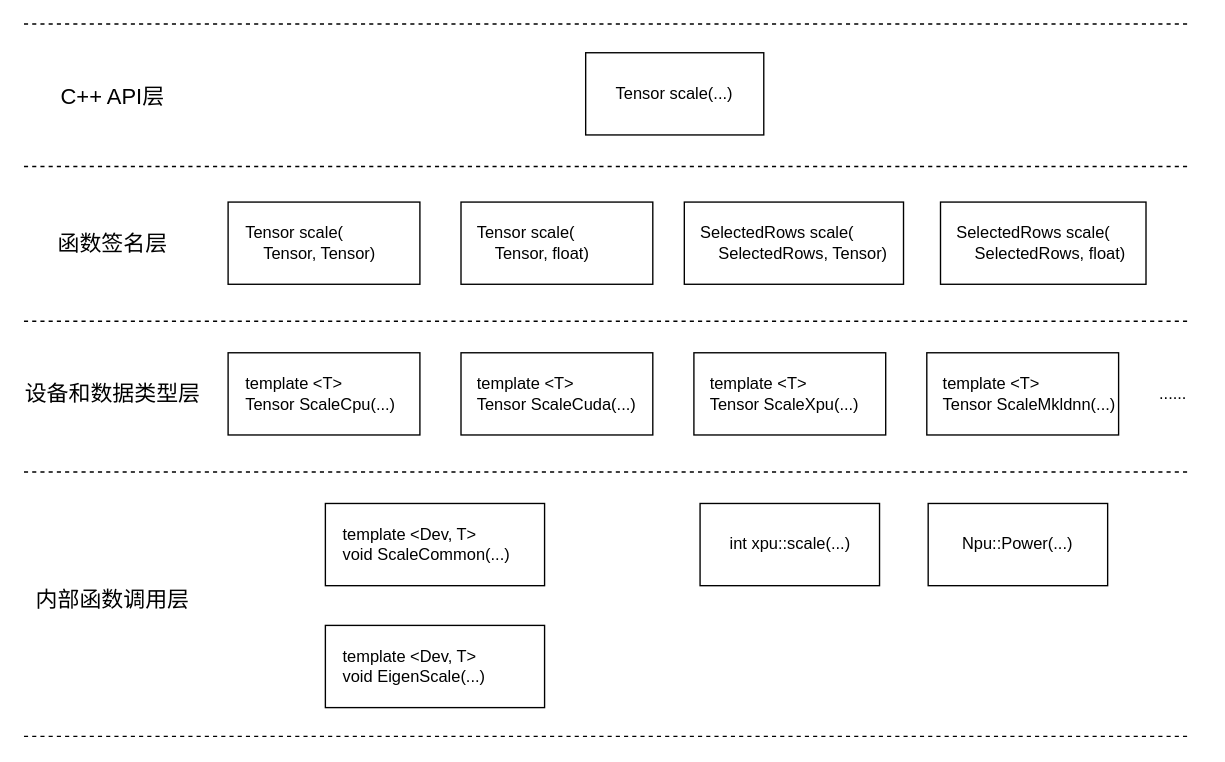
chenwhql/diagrams keeps this draw.io diagram as page "func-level" (10 of 10) of op2func.drawio. Above is the earlier version. Source tidied: cells renumbered, new cells numbered last; positions are measured from the earlier drawing's top-left corner, leaving out a move shared by most shapes. Both pictures are drawn from the tidied source at 137%, with x=0, y=0 at pixel (23, 23).
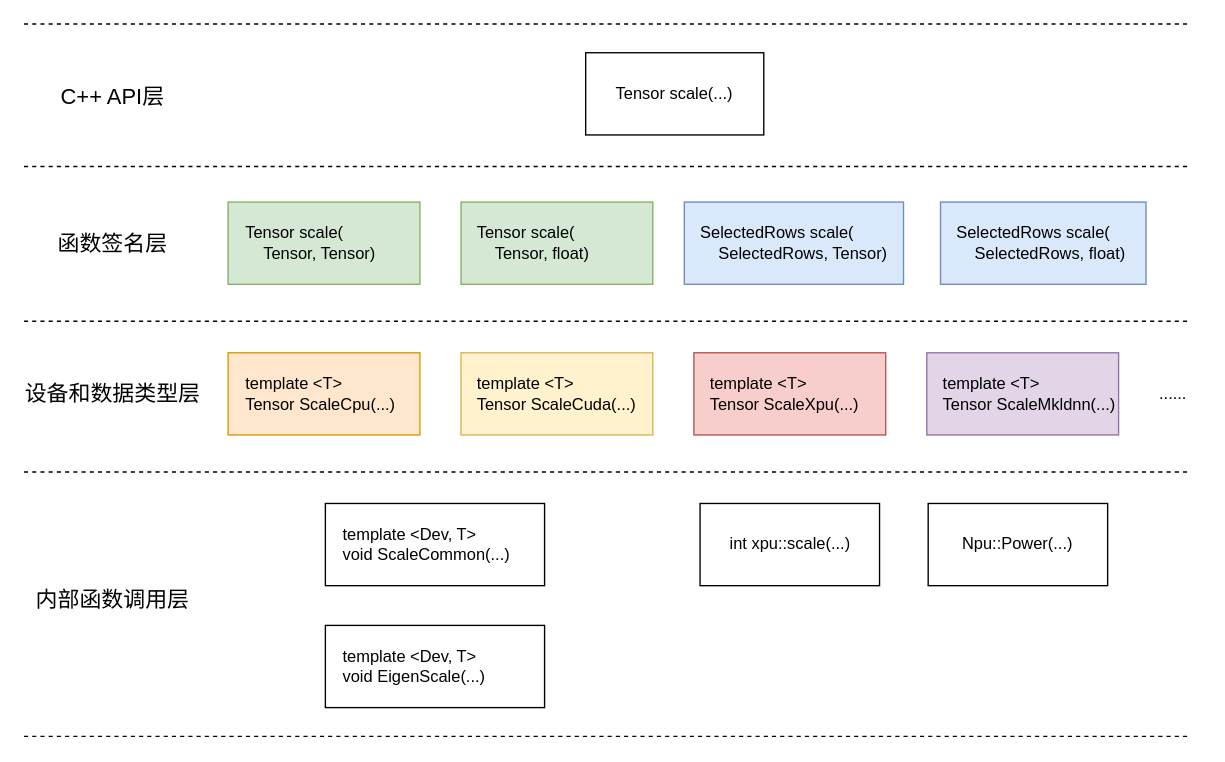
Above is the later version.

Diff of the diagram source:
```diff
@@
-    <mxCell id="3" value="template &amp;lt;T&amp;gt;&lt;br&gt;Tensor ScaleCpu(...)" style="rounded=0;whiteSpace=wrap;html=1;align=left;spacingLeft=11;" parent="1" vertex="1">
+    <mxCell id="3" value="template &amp;lt;T&amp;gt;&lt;br&gt;Tensor ScaleCpu(...)" style="rounded=0;whiteSpace=wrap;html=1;align=left;spacingLeft=11;fillColor=#ffe6cc;strokeColor=#d79b00;" parent="1" vertex="1">
       <mxGeometry x="149" y="240" width="140" height="60" as="geometry" />
     </mxCell>
-    <mxCell id="4" value="&lt;span style=&quot;&quot;&gt;template &amp;lt;T&amp;gt;&lt;/span&gt;&lt;br style=&quot;&quot;&gt;&lt;span style=&quot;&quot;&gt;Tensor ScaleCuda(...)&lt;/span&gt;" style="rounded=0;whiteSpace=wrap;html=1;align=left;spacingLeft=10;" parent="1" vertex="1">
+    <mxCell id="4" value="&lt;span style=&quot;&quot;&gt;template &amp;lt;T&amp;gt;&lt;/span&gt;&lt;br style=&quot;&quot;&gt;&lt;span style=&quot;&quot;&gt;Tensor ScaleCuda(...)&lt;/span&gt;" style="rounded=0;whiteSpace=wrap;html=1;align=left;spacingLeft=10;fillColor=#fff2cc;strokeColor=#d6b656;" parent="1" vertex="1">
       <mxGeometry x="319" y="240" width="140" height="60" as="geometry" />
     </mxCell>
-    <mxCell id="5" value="&lt;span style=&quot;&quot;&gt;template &amp;lt;T&amp;gt;&lt;/span&gt;&lt;br style=&quot;&quot;&gt;&lt;span style=&quot;&quot;&gt;Tensor ScaleXpu(...)&lt;/span&gt;" style="rounded=0;whiteSpace=wrap;html=1;spacingLeft=10;align=left;" parent="1" vertex="1">
+    <mxCell id="5" value="&lt;span style=&quot;&quot;&gt;template &amp;lt;T&amp;gt;&lt;/span&gt;&lt;br style=&quot;&quot;&gt;&lt;span style=&quot;&quot;&gt;Tensor ScaleXpu(...)&lt;/span&gt;" style="rounded=0;whiteSpace=wrap;html=1;spacingLeft=10;align=left;fillColor=#f8cecc;strokeColor=#b85450;" parent="1" vertex="1">
       <mxGeometry x="489" y="240" width="140" height="60" as="geometry" />
     </mxCell>
-    <mxCell id="6" value="&lt;span style=&quot;&quot;&gt;template &amp;lt;T&amp;gt;&lt;/span&gt;&lt;br style=&quot;&quot;&gt;&lt;span style=&quot;&quot;&gt;Tensor ScaleMkldnn(...)&lt;/span&gt;" style="rounded=0;whiteSpace=wrap;html=1;spacingLeft=10;align=left;" parent="1" vertex="1">
+    <mxCell id="6" value="&lt;span style=&quot;&quot;&gt;template &amp;lt;T&amp;gt;&lt;/span&gt;&lt;br style=&quot;&quot;&gt;&lt;span style=&quot;&quot;&gt;Tensor ScaleMkldnn(...)&lt;/span&gt;" style="rounded=0;whiteSpace=wrap;html=1;spacingLeft=10;align=left;fillColor=#e1d5e7;strokeColor=#9673a6;" parent="1" vertex="1">
       <mxGeometry x="659" y="240" width="140" height="60" as="geometry" />
     </mxCell>
@@
-    <mxCell id="8" value="Tensor scale(&lt;br&gt;&amp;nbsp; &amp;nbsp; Tensor, Tensor)" style="rounded=0;whiteSpace=wrap;html=1;align=left;spacingLeft=11;" parent="1" vertex="1">
+    <mxCell id="8" value="Tensor scale(&lt;br&gt;&amp;nbsp; &amp;nbsp; Tensor, Tensor)" style="rounded=0;whiteSpace=wrap;html=1;align=left;spacingLeft=11;fillColor=#d5e8d4;strokeColor=#82b366;" parent="1" vertex="1">
       <mxGeometry x="149" y="130" width="140" height="60" as="geometry" />
     </mxCell>
-    <mxCell id="9" value="Tensor scale(&lt;br&gt;&amp;nbsp; &amp;nbsp; Tensor, float)" style="rounded=0;whiteSpace=wrap;html=1;align=left;spacingLeft=10;" parent="1" vertex="1">
+    <mxCell id="9" value="Tensor scale(&lt;br&gt;&amp;nbsp; &amp;nbsp; Tensor, float)" style="rounded=0;whiteSpace=wrap;html=1;align=left;spacingLeft=10;fillColor=#d5e8d4;strokeColor=#82b366;" parent="1" vertex="1">
       <mxGeometry x="319" y="130" width="140" height="60" as="geometry" />
     </mxCell>
-    <mxCell id="10" value="SelectedRows scale(&lt;br&gt;&amp;nbsp; &amp;nbsp; SelectedRows, Tensor)" style="rounded=0;whiteSpace=wrap;html=1;spacingLeft=10;align=left;" parent="1" vertex="1">
+    <mxCell id="10" value="SelectedRows scale(&lt;br&gt;&amp;nbsp; &amp;nbsp; SelectedRows, Tensor)" style="rounded=0;whiteSpace=wrap;html=1;spacingLeft=10;align=left;fillColor=#dae8fc;strokeColor=#6c8ebf;" parent="1" vertex="1">
       <mxGeometry x="482" y="130" width="160" height="60" as="geometry" />
     </mxCell>
-    <mxCell id="11" value="SelectedRows scale(&lt;br&gt;&amp;nbsp; &amp;nbsp; SelectedRows, float)" style="rounded=0;whiteSpace=wrap;html=1;spacingLeft=10;align=left;" parent="1" vertex="1">
+    <mxCell id="11" value="SelectedRows scale(&lt;br&gt;&amp;nbsp; &amp;nbsp; SelectedRows, float)" style="rounded=0;whiteSpace=wrap;html=1;spacingLeft=10;align=left;fillColor=#dae8fc;strokeColor=#6c8ebf;" parent="1" vertex="1">
       <mxGeometry x="669" y="130" width="150" height="60" as="geometry" />
     </mxCell>
```
